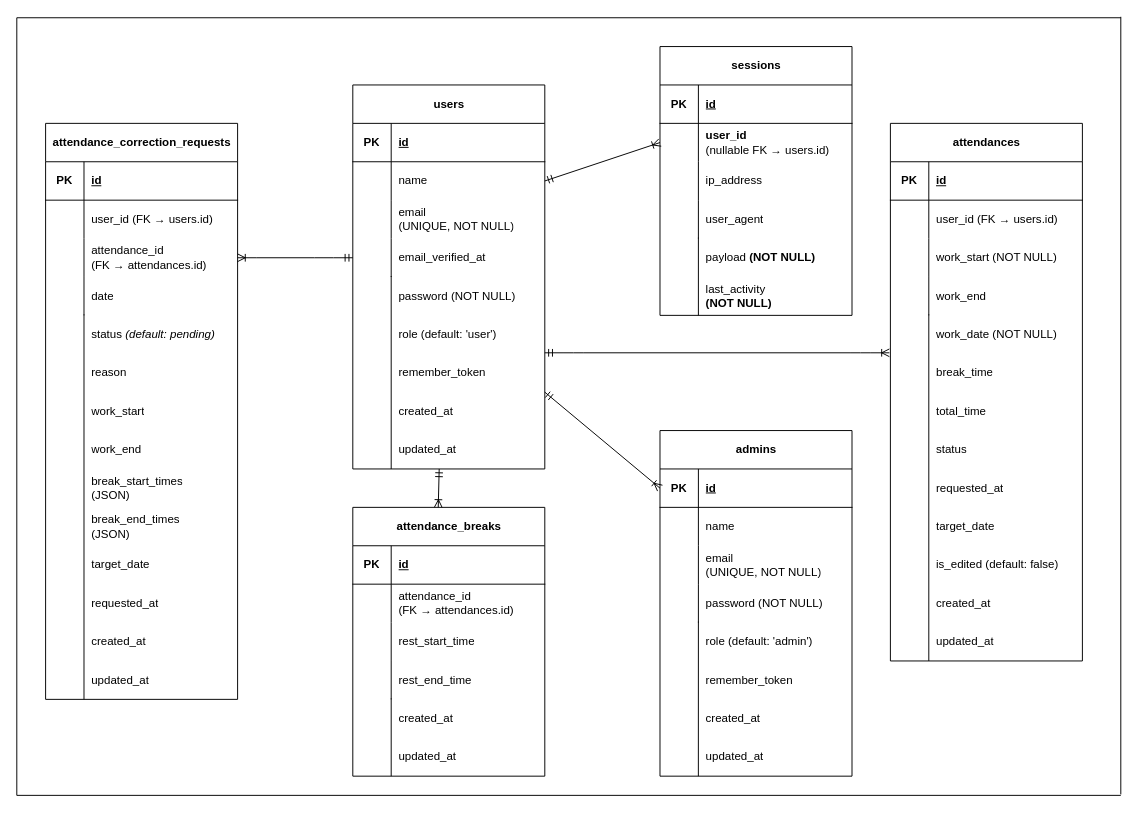
Above: src/er_data.drawio in lillian-angelina/attendance-management (draw.io), before the change. Source tidied: cells renumbered, new cells numbered last; positions are measured from the earlier drawing's top-left corner, leaving out a move shared by most shapes. Both pictures are drawn from the tidied source at 96%, with x=0, y=0 at pixel (16, 16).
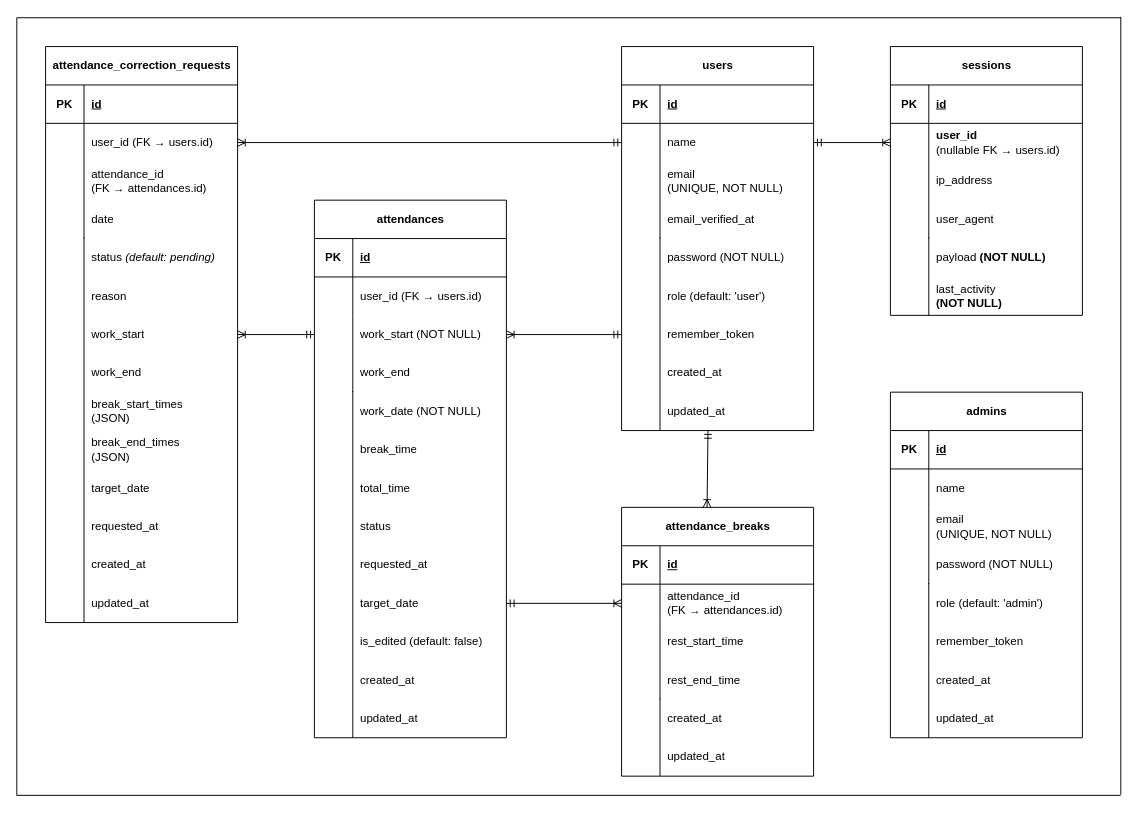
The same page after the edit.

Unchanged cells that the change refers to:
```xml
<mxCell id="6" style="shape=tableRow;horizontal=0;startSize=0;swimlaneHead=0;swimlaneBody=0;fillColor=none;points=[[0,0.5],[1,0.5]];portConstraint=eastwest;top=0;left=0;right=0;bottom=0;" parent="2" vertex="1">
  <mxGeometry y="80" width="200" height="40" as="geometry" />
</mxCell>
<mxCell id="12" style="shape=tableRow;horizontal=0;startSize=0;swimlaneHead=0;swimlaneBody=0;fillColor=none;points=[[0,0.5],[1,0.5]];portConstraint=eastwest;top=0;left=0;right=0;bottom=0;" parent="2" vertex="1">
  <mxGeometry y="160" width="200" height="40" as="geometry" />
</mxCell>
<mxCell id="32" style="shape=tableRow;horizontal=0;startSize=0;swimlaneHead=0;swimlaneBody=0;fillColor=none;points=[[0,0.5],[1,0.5]];portConstraint=eastwest;top=0;left=0;right=0;bottom=1;" parent="31" vertex="1">
  <mxGeometry y="40" width="200" height="40" as="geometry" />
</mxCell>
<mxCell id="61" style="shape=tableRow;horizontal=0;startSize=0;swimlaneHead=0;swimlaneBody=0;fillColor=none;points=[[0,0.5],[1,0.5]];portConstraint=eastwest;top=0;left=0;right=0;bottom=0;" parent="57" vertex="1">
  <mxGeometry y="80" width="200" height="40" as="geometry" />
</mxCell>
<mxCell id="84" style="shape=tableRow;horizontal=0;startSize=0;swimlaneHead=0;swimlaneBody=0;fillColor=none;points=[[0,0.5],[1,0.5]];portConstraint=eastwest;top=0;left=0;right=0;bottom=0;" parent="77" vertex="1">
  <mxGeometry y="120" width="200" height="40" as="geometry" />
</mxCell>
<mxCell id="117" style="shape=tableRow;horizontal=0;startSize=0;swimlaneHead=0;swimlaneBody=0;fillColor=none;points=[[0,0.5],[1,0.5]];portConstraint=eastwest;top=0;left=0;right=0;bottom=0;" parent="110" vertex="1">
  <mxGeometry y="120" width="200" height="40" as="geometry" />
</mxCell>
<mxCell id="148" style="shape=tableRow;horizontal=0;startSize=0;swimlaneHead=0;swimlaneBody=0;fillColor=none;points=[[0,0.5],[1,0.5]];portConstraint=eastwest;top=0;left=0;right=0;bottom=0;" parent="144" vertex="1">
  <mxGeometry y="80" width="200" height="40" as="geometry" />
</mxCell>
```

Change to the diagram source:
```diff
@@
     <mxCell id="2" value="users" style="shape=table;startSize=40;childLayout=tableLayout;rowLines=0;fontStyle=1;align=center;html=1;" parent="1" vertex="1">
-      <mxGeometry x="350" y="71" width="200" height="400" as="geometry" />
+      <mxGeometry x="630" y="31" width="200" height="400" as="geometry" />
     </mxCell>
@@
     <mxCell id="15" style="shape=tableRow;horizontal=0;startSize=0;swimlaneHead=0;swimlaneBody=0;fillColor=none;top=0;left=0;right=0;bottom=0;" parent="1" vertex="1">
-      <mxGeometry x="350" y="271" width="180" height="40" as="geometry" />
+      <mxGeometry x="630" y="231" width="180" height="40" as="geometry" />
     </mxCell>
@@
     <mxCell id="18" style="shape=tableRow;horizontal=0;startSize=0;swimlaneHead=0;swimlaneBody=0;fillColor=none;top=0;left=0;right=0;bottom=0;" parent="1" vertex="1">
-      <mxGeometry x="350" y="311" width="180" height="40" as="geometry" />
+      <mxGeometry x="630" y="271" width="180" height="40" as="geometry" />
     </mxCell>
@@
     <mxCell id="21" style="shape=tableRow;horizontal=0;startSize=0;swimlaneHead=0;swimlaneBody=0;fillColor=none;points=[[0,0.5],[1,0.5]];portConstraint=eastwest;top=0;left=0;right=0;bottom=0;" parent="1" vertex="1">
-      <mxGeometry x="350" y="351" width="180" height="40" as="geometry" />
+      <mxGeometry x="630" y="311" width="180" height="40" as="geometry" />
     </mxCell>
@@
     <mxCell id="24" style="shape=tableRow;horizontal=0;startSize=0;swimlaneHead=0;swimlaneBody=0;fillColor=none;top=0;left=0;right=0;bottom=0;" parent="1" vertex="1">
-      <mxGeometry x="350" y="391" width="180" height="40" as="geometry" />
+      <mxGeometry x="630" y="351" width="180" height="40" as="geometry" />
     </mxCell>
@@
     <mxCell id="27" style="shape=tableRow;horizontal=0;startSize=0;swimlaneHead=0;swimlaneBody=0;fillColor=none;top=0;left=0;right=0;bottom=0;" parent="1" vertex="1">
-      <mxGeometry x="350" y="431" width="180" height="40" as="geometry" />
+      <mxGeometry x="630" y="391" width="180" height="40" as="geometry" />
     </mxCell>
@@
     <mxCell id="30" style="endArrow=none;html=1;rounded=0;" parent="1" edge="1">
       <mxGeometry relative="1" as="geometry">
-        <mxPoint x="390" y="270" as="sourcePoint" />
-        <mxPoint x="390" y="471" as="targetPoint" />
+        <mxPoint x="670" y="230" as="sourcePoint" />
+        <mxPoint x="670" y="431" as="targetPoint" />
       </mxGeometry>
     </mxCell>
     <mxCell id="31" value="admins" style="shape=table;startSize=40;childLayout=tableLayout;rowLines=0;fontStyle=1;align=center;html=1;" parent="1" vertex="1">
-      <mxGeometry x="670" y="431" width="200" height="360" as="geometry" />
+      <mxGeometry x="910" y="391" width="200" height="360" as="geometry" />
     </mxCell>
@@
     <mxCell id="44" style="shape=tableRow;horizontal=0;startSize=0;swimlaneHead=0;swimlaneBody=0;fillColor=none;top=0;left=0;right=0;bottom=0;" parent="1" vertex="1">
-      <mxGeometry x="670" y="631" width="180" height="40" as="geometry" />
+      <mxGeometry x="910" y="591" width="180" height="40" as="geometry" />
     </mxCell>
@@
     <mxCell id="46" style="shape=tableRow;horizontal=0;startSize=0;swimlaneHead=0;swimlaneBody=0;fillColor=none;top=0;left=0;right=0;bottom=0;" parent="1" vertex="1">
-      <mxGeometry x="670" y="671" width="180" height="40" as="geometry" />
+      <mxGeometry x="910" y="631" width="180" height="40" as="geometry" />
     </mxCell>
@@
     <mxCell id="48" style="shape=tableRow;horizontal=0;startSize=0;swimlaneHead=0;swimlaneBody=0;fillColor=none;top=0;left=0;right=0;bottom=0;" parent="1" vertex="1">
-      <mxGeometry x="670" y="711" width="180" height="40" as="geometry" />
+      <mxGeometry x="910" y="671" width="180" height="40" as="geometry" />
     </mxCell>
@@
     <mxCell id="50" style="shape=tableRow;horizontal=0;startSize=0;swimlaneHead=0;swimlaneBody=0;fillColor=none;points=[[0,0.5],[1,0.5]];portConstraint=eastwest;top=0;left=0;right=0;bottom=0;" parent="1" vertex="1">
-      <mxGeometry x="670" y="751" width="180" height="40" as="geometry" />
+      <mxGeometry x="910" y="711" width="180" height="40" as="geometry" />
     </mxCell>
@@
     <mxCell id="52" style="endArrow=none;html=1;rounded=0;entryX=0.222;entryY=1;entryDx=0;entryDy=0;entryPerimeter=0;" parent="1" edge="1" target="50">
       <mxGeometry relative="1" as="geometry">
-        <mxPoint x="710" y="630" as="sourcePoint" />
+        <mxPoint x="950" y="590" as="sourcePoint" />
       </mxGeometry>
     </mxCell>
     <mxCell id="53" value="role (default: 'admin')" style="shape=partialRectangle;fillColor=none;top=0;left=0;bottom=0;right=0;align=left;spacingLeft=6;overflow=hidden;whiteSpace=wrap;html=1;" parent="1" vertex="1">
-      <mxGeometry x="710" y="631" width="140" height="40" as="geometry" />
+      <mxGeometry x="950" y="591" width="140" height="40" as="geometry" />
     </mxCell>
     <mxCell id="54" value="remember_token" style="shape=partialRectangle;fillColor=none;top=0;left=0;bottom=0;right=0;align=left;spacingLeft=6;overflow=hidden;whiteSpace=wrap;html=1;" parent="1" vertex="1">
-      <mxGeometry x="710" y="671" width="140" height="40" as="geometry" />
+      <mxGeometry x="950" y="631" width="140" height="40" as="geometry" />
     </mxCell>
     <mxCell id="55" value="created_at" style="shape=partialRectangle;fillColor=none;top=0;left=0;bottom=0;right=0;align=left;spacingLeft=6;overflow=hidden;whiteSpace=wrap;html=1;" parent="1" vertex="1">
-      <mxGeometry x="710" y="711" width="140" height="40" as="geometry" />
+      <mxGeometry x="950" y="671" width="140" height="40" as="geometry" />
     </mxCell>
     <mxCell id="56" value="updated_at" style="shape=partialRectangle;fillColor=none;top=0;left=0;bottom=0;right=0;align=left;spacingLeft=6;overflow=hidden;whiteSpace=wrap;html=1;" parent="1" vertex="1">
-      <mxGeometry x="710" y="751" width="140" height="40" as="geometry" />
+      <mxGeometry x="950" y="711" width="140" height="40" as="geometry" />
     </mxCell>
     <mxCell id="57" value="attendance_breaks" style="shape=table;startSize=40;childLayout=tableLayout;rowLines=0;fontStyle=1;align=center;html=1;" parent="1" vertex="1">
-      <mxGeometry x="350" y="511" width="200" height="280" as="geometry" />
+      <mxGeometry x="630" y="511" width="200" height="280" as="geometry" />
     </mxCell>
@@
     <mxCell id="70" style="shape=tableRow;horizontal=0;startSize=0;swimlaneHead=0;swimlaneBody=0;fillColor=none;top=0;left=0;right=0;bottom=0;" parent="1" vertex="1">
-      <mxGeometry x="350" y="711" width="180" height="40" as="geometry" />
+      <mxGeometry x="630" y="711" width="180" height="40" as="geometry" />
     </mxCell>
@@
     <mxCell id="72" style="shape=tableRow;horizontal=0;startSize=0;swimlaneHead=0;swimlaneBody=0;fillColor=none;top=0;left=0;right=0;bottom=0;" parent="1" vertex="1">
-      <mxGeometry x="350" y="751" width="180" height="40" as="geometry" />
+      <mxGeometry x="630" y="751" width="180" height="40" as="geometry" />
     </mxCell>
@@
     <mxCell id="74" style="endArrow=none;html=1;rounded=0;" parent="1" edge="1">
       <mxGeometry relative="1" as="geometry">
-        <mxPoint x="390" y="710" as="sourcePoint" />
-        <mxPoint x="390" y="791" as="targetPoint" />
+        <mxPoint x="670" y="710" as="sourcePoint" />
+        <mxPoint x="670" y="791" as="targetPoint" />
       </mxGeometry>
     </mxCell>
     <mxCell id="75" value="created_at" style="shape=partialRectangle;fillColor=none;top=0;left=0;bottom=0;right=0;align=left;spacingLeft=6;overflow=hidden;whiteSpace=wrap;html=1;" parent="1" vertex="1">
-      <mxGeometry x="390" y="711" width="140" height="40" as="geometry" />
+      <mxGeometry x="670" y="711" width="140" height="40" as="geometry" />
     </mxCell>
     <mxCell id="76" value="updated_at" style="shape=partialRectangle;fillColor=none;top=0;left=0;bottom=0;right=0;align=left;spacingLeft=6;overflow=hidden;whiteSpace=wrap;html=1;" parent="1" vertex="1">
-      <mxGeometry x="390" y="751" width="140" height="40" as="geometry" />
+      <mxGeometry x="670" y="751" width="140" height="40" as="geometry" />
     </mxCell>
     <mxCell id="77" value="attendances" style="shape=table;startSize=40;childLayout=tableLayout;rowLines=0;fontStyle=1;align=center;html=1;" parent="1" vertex="1">
-      <mxGeometry x="910" y="111" width="200" height="560" as="geometry" />
+      <mxGeometry x="310" y="191" width="200" height="560" as="geometry" />
     </mxCell>
@@
     <mxCell id="90" style="shape=tableRow;horizontal=0;startSize=0;swimlaneHead=0;swimlaneBody=0;fillColor=none;top=0;left=0;right=0;bottom=0;" parent="1" vertex="1">
-      <mxGeometry x="910" y="311" width="180" height="40" as="geometry" />
+      <mxGeometry x="310" y="391" width="180" height="40" as="geometry" />
     </mxCell>
@@
     <mxCell id="93" style="shape=tableRow;horizontal=0;startSize=0;swimlaneHead=0;swimlaneBody=0;fillColor=none;points=[[0,0.5],[1,0.5]];portConstraint=eastwest;top=0;left=0;right=0;bottom=0;" parent="1" vertex="1">
-      <mxGeometry x="910" y="351" width="180" height="40" as="geometry" />
+      <mxGeometry x="310" y="431" width="180" height="40" as="geometry" />
     </mxCell>
@@
     <mxCell id="96" style="shape=tableRow;horizontal=0;startSize=0;swimlaneHead=0;swimlaneBody=0;fillColor=none;top=0;left=0;right=0;bottom=0;" parent="1" vertex="1">
-      <mxGeometry x="910" y="391" width="180" height="40" as="geometry" />
+      <mxGeometry x="310" y="471" width="180" height="40" as="geometry" />
     </mxCell>
@@
     <mxCell id="99" style="shape=tableRow;horizontal=0;startSize=0;swimlaneHead=0;swimlaneBody=0;fillColor=none;top=0;left=0;right=0;bottom=0;" parent="1" vertex="1">
-      <mxGeometry x="910" y="431" width="180" height="40" as="geometry" />
+      <mxGeometry x="310" y="511" width="180" height="40" as="geometry" />
     </mxCell>
@@
     <mxCell id="102" style="shape=tableRow;horizontal=0;startSize=0;swimlaneHead=0;swimlaneBody=0;fillColor=none;top=0;left=0;right=0;bottom=0;" parent="1" vertex="1">
-      <mxGeometry x="910" y="471" width="200" height="40" as="geometry" />
+      <mxGeometry x="310" y="551" width="200" height="40" as="geometry" />
     </mxCell>
@@
     <mxCell id="105" style="endArrow=none;html=1;rounded=0;" parent="1" edge="1">
       <mxGeometry relative="1" as="geometry">
-        <mxPoint x="950" y="310" as="sourcePoint" />
-        <mxPoint x="950" y="671" as="targetPoint" />
+        <mxPoint x="350" y="390" as="sourcePoint" />
+        <mxPoint x="350" y="751" as="targetPoint" />
       </mxGeometry>
     </mxCell>
     <mxCell id="106" value="target_date" style="shape=partialRectangle;fillColor=none;top=0;left=0;bottom=0;right=0;align=left;spacingLeft=6;overflow=hidden;whiteSpace=wrap;html=1;" parent="1" vertex="1">
-      <mxGeometry x="950" y="511" width="140" height="40" as="geometry" />
+      <mxGeometry x="350" y="591" width="140" height="40" as="geometry" />
     </mxCell>
     <mxCell id="107" value="is_edited (default: false)" style="shape=partialRectangle;fillColor=none;top=0;left=0;bottom=0;right=0;align=left;spacingLeft=6;overflow=hidden;whiteSpace=wrap;html=1;" parent="1" vertex="1">
-      <mxGeometry x="950" y="551" width="140" height="40" as="geometry" />
+      <mxGeometry x="350" y="631" width="140" height="40" as="geometry" />
     </mxCell>
     <mxCell id="108" value="&lt;span style=&quot;color: rgb(0, 0, 0);&quot;&gt;created_at&lt;/span&gt;" style="shape=partialRectangle;fillColor=none;top=0;left=0;bottom=0;right=0;align=left;spacingLeft=6;overflow=hidden;whiteSpace=wrap;html=1;" parent="1" vertex="1">
-      <mxGeometry x="950" y="591" width="140" height="40" as="geometry" />
+      <mxGeometry x="350" y="671" width="140" height="40" as="geometry" />
     </mxCell>
     <mxCell id="109" value="&lt;span style=&quot;color: rgb(0, 0, 0);&quot;&gt;updated_at&lt;/span&gt;" style="shape=partialRectangle;fillColor=none;top=0;left=0;bottom=0;right=0;align=left;spacingLeft=6;overflow=hidden;whiteSpace=wrap;html=1;" parent="1" vertex="1">
-      <mxGeometry x="950" y="631" width="140" height="40" as="geometry" />
+      <mxGeometry x="350" y="711" width="140" height="40" as="geometry" />
     </mxCell>
     <mxCell id="110" value="attendance_correction_requests" style="shape=table;startSize=40;childLayout=tableLayout;rowLines=0;fontStyle=1;align=center;html=1;" parent="1" vertex="1">
-      <mxGeometry x="30" y="111" width="200" height="600" as="geometry" />
+      <mxGeometry x="30" y="31" width="200" height="600" as="geometry" />
     </mxCell>
@@
     <mxCell id="123" style="shape=tableRow;horizontal=0;startSize=0;swimlaneHead=0;swimlaneBody=0;fillColor=none;top=0;left=0;right=0;bottom=0;" parent="1" vertex="1">
-      <mxGeometry x="30" y="311" width="180" height="40" as="geometry" />
+      <mxGeometry x="30" y="231" width="180" height="40" as="geometry" />
     </mxCell>
@@
     <mxCell id="126" style="shape=tableRow;horizontal=0;startSize=0;swimlaneHead=0;swimlaneBody=0;fillColor=none;top=0;left=0;right=0;bottom=0;" parent="1" vertex="1">
-      <mxGeometry x="30" y="351" width="180" height="40" as="geometry" />
+      <mxGeometry x="30" y="271" width="180" height="40" as="geometry" />
     </mxCell>
@@
     <mxCell id="129" style="shape=tableRow;horizontal=0;startSize=0;swimlaneHead=0;swimlaneBody=0;fillColor=none;top=0;left=0;right=0;bottom=0;" parent="1" vertex="1">
-      <mxGeometry x="30" y="391" width="180" height="40" as="geometry" />
+      <mxGeometry x="30" y="311" width="180" height="40" as="geometry" />
     </mxCell>
@@
     <mxCell id="132" style="shape=tableRow;horizontal=0;startSize=0;swimlaneHead=0;swimlaneBody=0;fillColor=none;top=0;left=0;right=0;bottom=0;" parent="1" vertex="1">
-      <mxGeometry x="30" y="431" width="180" height="40" as="geometry" />
+      <mxGeometry x="30" y="351" width="180" height="40" as="geometry" />
     </mxCell>
@@
     <mxCell id="135" style="shape=tableRow;horizontal=0;startSize=0;swimlaneHead=0;swimlaneBody=0;fillColor=none;top=0;left=0;right=0;bottom=0;" parent="1" vertex="1">
-      <mxGeometry x="30" y="471" width="200" height="40" as="geometry" />
+      <mxGeometry x="30" y="391" width="200" height="40" as="geometry" />
     </mxCell>
@@
     <mxCell id="138" style="endArrow=none;html=1;rounded=0;spacingBottom=0;" parent="1" edge="1">
       <mxGeometry relative="1" as="geometry">
-        <mxPoint x="70" y="310" as="sourcePoint" />
-        <mxPoint x="70" y="711" as="targetPoint" />
+        <mxPoint x="70" y="230" as="sourcePoint" />
+        <mxPoint x="70" y="631" as="targetPoint" />
       </mxGeometry>
     </mxCell>
     <mxCell id="139" value="&lt;span style=&quot;color: rgb(0, 0, 0);&quot;&gt;break_end_times&lt;/span&gt;&lt;div&gt;(JSON&lt;span style=&quot;background-color: transparent;&quot;&gt;)&lt;/span&gt;&lt;/div&gt;" style="shape=partialRectangle;fillColor=none;top=0;left=0;bottom=0;right=0;align=left;spacingLeft=6;overflow=hidden;whiteSpace=wrap;html=1;" parent="1" vertex="1">
-      <mxGeometry x="70" y="511" width="140" height="40" as="geometry" />
+      <mxGeometry x="70" y="431" width="140" height="40" as="geometry" />
     </mxCell>
     <mxCell id="140" value="target_date" style="shape=partialRectangle;fillColor=none;top=0;left=0;bottom=0;right=0;align=left;spacingLeft=6;overflow=hidden;whiteSpace=wrap;html=1;" parent="1" vertex="1">
-      <mxGeometry x="70" y="551" width="140" height="40" as="geometry" />
+      <mxGeometry x="70" y="471" width="140" height="40" as="geometry" />
     </mxCell>
     <mxCell id="141" value="&lt;span style=&quot;color: rgb(0, 0, 0);&quot;&gt;created_at&lt;/span&gt;" style="shape=partialRectangle;fillColor=none;top=0;left=0;bottom=0;right=0;align=left;spacingLeft=6;overflow=hidden;whiteSpace=wrap;html=1;" parent="1" vertex="1">
-      <mxGeometry x="70" y="631" width="140" height="40" as="geometry" />
+      <mxGeometry x="70" y="551" width="140" height="40" as="geometry" />
     </mxCell>
     <mxCell id="142" value="&lt;span style=&quot;color: rgb(0, 0, 0);&quot;&gt;updated_at&lt;/span&gt;" style="shape=partialRectangle;fillColor=none;top=0;left=0;bottom=0;right=0;align=left;spacingLeft=6;overflow=hidden;whiteSpace=wrap;html=1;" parent="1" vertex="1">
-      <mxGeometry x="70" y="671" width="140" height="40" as="geometry" />
+      <mxGeometry x="70" y="591" width="140" height="40" as="geometry" />
     </mxCell>
     <mxCell id="143" value="requested_at" style="shape=partialRectangle;fillColor=none;top=0;left=0;bottom=0;right=0;align=left;spacingLeft=6;overflow=hidden;whiteSpace=wrap;html=1;" parent="1" vertex="1">
-      <mxGeometry x="70" y="591" width="140" height="40" as="geometry" />
+      <mxGeometry x="70" y="511" width="140" height="40" as="geometry" />
     </mxCell>
     <mxCell id="144" value="sessions" style="shape=table;startSize=40;childLayout=tableLayout;rowLines=0;fontStyle=1;align=center;html=1;" parent="1" vertex="1">
-      <mxGeometry x="670" y="31" width="200" height="280" as="geometry" />
+      <mxGeometry x="910" y="31" width="200" height="280" as="geometry" />
     </mxCell>
@@
     <mxCell id="157" style="shape=tableRow;horizontal=0;startSize=0;swimlaneHead=0;swimlaneBody=0;fillColor=none;top=0;left=0;right=0;bottom=0;" parent="1" vertex="1">
-      <mxGeometry x="670" y="231" width="180" height="40" as="geometry" />
+      <mxGeometry x="910" y="231" width="180" height="40" as="geometry" />
     </mxCell>
@@
     <mxCell id="159" style="shape=tableRow;horizontal=0;startSize=0;swimlaneHead=0;swimlaneBody=0;fillColor=none;top=0;left=0;right=0;bottom=0;" parent="1" vertex="1">
-      <mxGeometry x="670" y="271" width="180" height="40" as="geometry" />
+      <mxGeometry x="910" y="271" width="180" height="40" as="geometry" />
     </mxCell>
@@
     <mxCell id="161" style="endArrow=none;html=1;rounded=0;" parent="1" edge="1">
       <mxGeometry relative="1" as="geometry">
-        <mxPoint x="710" y="230" as="sourcePoint" />
-        <mxPoint x="710" y="311" as="targetPoint" />
+        <mxPoint x="950" y="230" as="sourcePoint" />
+        <mxPoint x="950" y="311" as="targetPoint" />
       </mxGeometry>
     </mxCell>
     <mxCell id="162" value="payload &lt;strong&gt;(NOT NULL)&lt;/strong&gt;" style="shape=partialRectangle;fillColor=none;top=0;left=0;bottom=0;right=0;align=left;spacingLeft=6;overflow=hidden;whiteSpace=wrap;html=1;" parent="1" vertex="1">
-      <mxGeometry x="710" y="231" width="140" height="40" as="geometry" />
+      <mxGeometry x="950" y="231" width="140" height="40" as="geometry" />
     </mxCell>
     <mxCell id="163" value="last_activity&lt;div&gt;&lt;strong&gt;(NOT NULL)&lt;/strong&gt;&lt;/div&gt;" style="shape=partialRectangle;fillColor=none;top=0;left=0;bottom=0;right=0;align=left;spacingLeft=6;overflow=hidden;whiteSpace=wrap;html=1;" parent="1" vertex="1">
-      <mxGeometry x="710" y="271" width="140" height="40" as="geometry" />
+      <mxGeometry x="950" y="271" width="140" height="40" as="geometry" />
     </mxCell>
-    <mxCell id="164" style="edgeStyle=entityRelationEdgeStyle;fontSize=12;html=1;endArrow=ERoneToMany;startArrow=ERmandOne;exitX=0;exitY=0.5;exitDx=0;exitDy=0;entryX=1;entryY=0.5;entryDx=0;entryDy=0;" parent="1" edge="1" source="12" target="117">
-      <mxGeometry relative="1" as="geometry" />
+    <mxCell id="164" style="fontSize=12;html=1;endArrow=ERoneToMany;startArrow=ERmandOne;exitX=0;exitY=0.5;exitDx=0;exitDy=0;entryX=1;entryY=0.5;entryDx=0;entryDy=0;" parent="1" edge="1">
+      <mxGeometry relative="1" as="geometry">
+        <mxPoint x="630" y="131" as="sourcePoint" />
+        <mxPoint x="230" y="131" as="targetPoint" />
+      </mxGeometry>
     </mxCell>
     <mxCell id="165" style="fontSize=12;html=1;endArrow=ERoneToMany;startArrow=ERmandOne;entryX=0.445;entryY=0;entryDx=0;entryDy=0;entryPerimeter=0;" parent="1" edge="1" target="57">
       <mxGeometry relative="1" as="geometry">
-        <mxPoint x="440" y="471" as="sourcePoint" />
+        <mxPoint x="720" y="431" as="sourcePoint" />
       </mxGeometry>
     </mxCell>
-    <mxCell id="166" style="fontSize=12;html=1;endArrow=ERoneToMany;startArrow=ERmandOne;entryX=0;entryY=0.5;entryDx=0;entryDy=0;" parent="1" edge="1" target="32">
-      <mxGeometry relative="1" as="geometry">
-        <mxPoint x="550" y="391" as="sourcePoint" />
-      </mxGeometry>
-    </mxCell>
-    <mxCell id="167" style="edgeStyle=entityRelationEdgeStyle;fontSize=12;html=1;endArrow=ERoneToMany;startArrow=ERmandOne;entryX=-0.006;entryY=-0.025;entryDx=0;entryDy=0;entryPerimeter=0;" parent="1" edge="1" target="93">
-      <mxGeometry relative="1" as="geometry">
-        <mxPoint x="550" y="350" as="sourcePoint" />
-      </mxGeometry>
+    <mxCell id="167" style="fontSize=12;html=1;endArrow=ERoneToMany;startArrow=ERmandOne;entryX=1;entryY=0.5;entryDx=0;entryDy=0;exitX=0;exitY=0.5;exitDx=0;exitDy=0;" parent="1" edge="1" source="21" target="84">
+      <mxGeometry relative="1" as="geometry" />
     </mxCell>
-    <mxCell id="168" style="fontSize=12;html=1;endArrow=ERoneToMany;startArrow=ERmandOne;entryX=0;entryY=0.5;entryDx=0;entryDy=0;exitX=1;exitY=0.5;exitDx=0;exitDy=0;" parent="1" edge="1" source="6" target="148">
-      <mxGeometry relative="1" as="geometry" />
+    <mxCell id="168" style="fontSize=12;html=1;endArrow=ERoneToMany;startArrow=ERmandOne;entryX=0;entryY=0.5;entryDx=0;entryDy=0;exitX=1;exitY=0.5;exitDx=0;exitDy=0;" parent="1" edge="1" source="6">
+      <mxGeometry relative="1" as="geometry">
+        <mxPoint x="910" y="131" as="targetPoint" />
+      </mxGeometry>
     </mxCell>
@@
+    <mxCell id="173" style="fontSize=12;html=1;endArrow=ERoneToMany;startArrow=ERmandOne;entryX=1;entryY=0.5;entryDx=0;entryDy=0;exitX=0;exitY=0.5;exitDx=0;exitDy=0;" parent="1" edge="1" source="84" target="110">
+      <mxGeometry relative="1" as="geometry" />
+    </mxCell>
+    <mxCell id="174" style="fontSize=12;html=1;endArrow=ERoneToMany;startArrow=ERmandOne;entryX=0;entryY=0.5;entryDx=0;entryDy=0;exitX=1;exitY=0.75;exitDx=0;exitDy=0;entryPerimeter=0;" parent="1" edge="1" source="77" target="61">
+      <mxGeometry relative="1" as="geometry" />
+    </mxCell>
```
